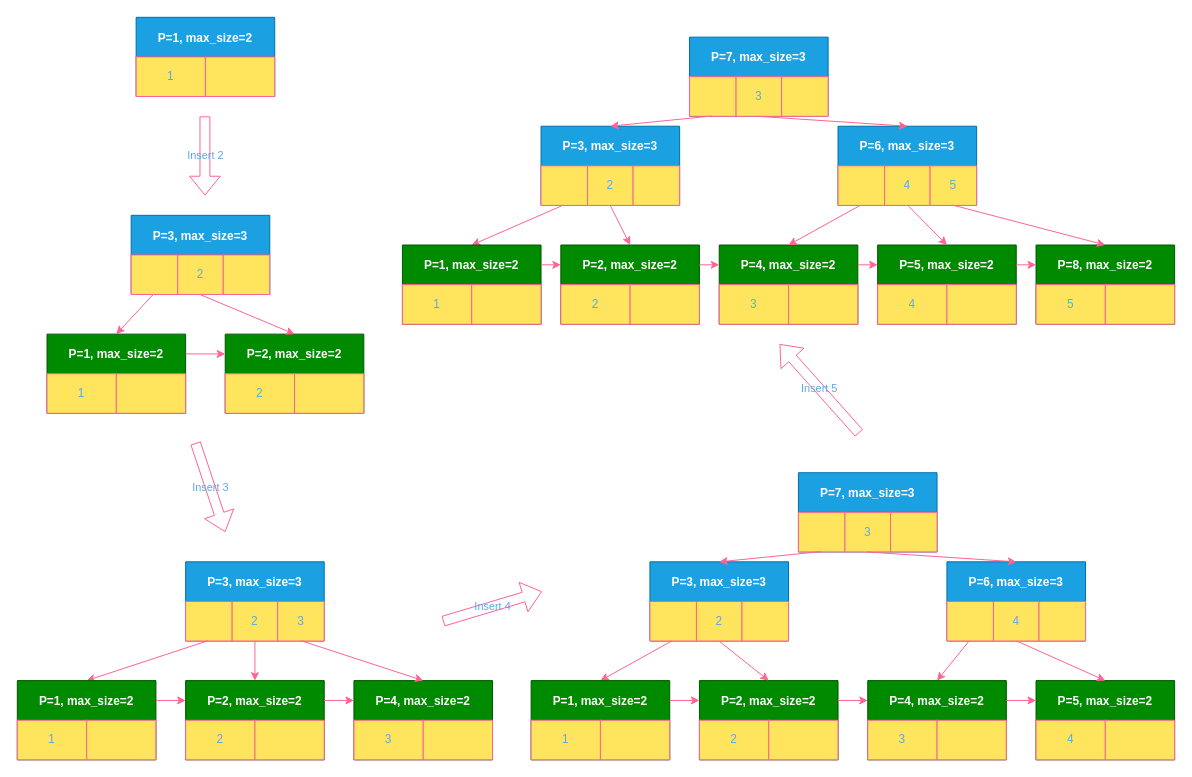
Before: page "Insertion" (2 of 3) of 15445/assets/project2.drawio in ZachVec/Notes, a draw.io diagram. Source tidied: cells renumbered, new cells numbered last; positions are measured from the earlier drawing's top-left corner, leaving out a move shared by most shapes. Both pictures are drawn from the tidied source at 99%, with x=0, y=0 at pixel (17, 17).
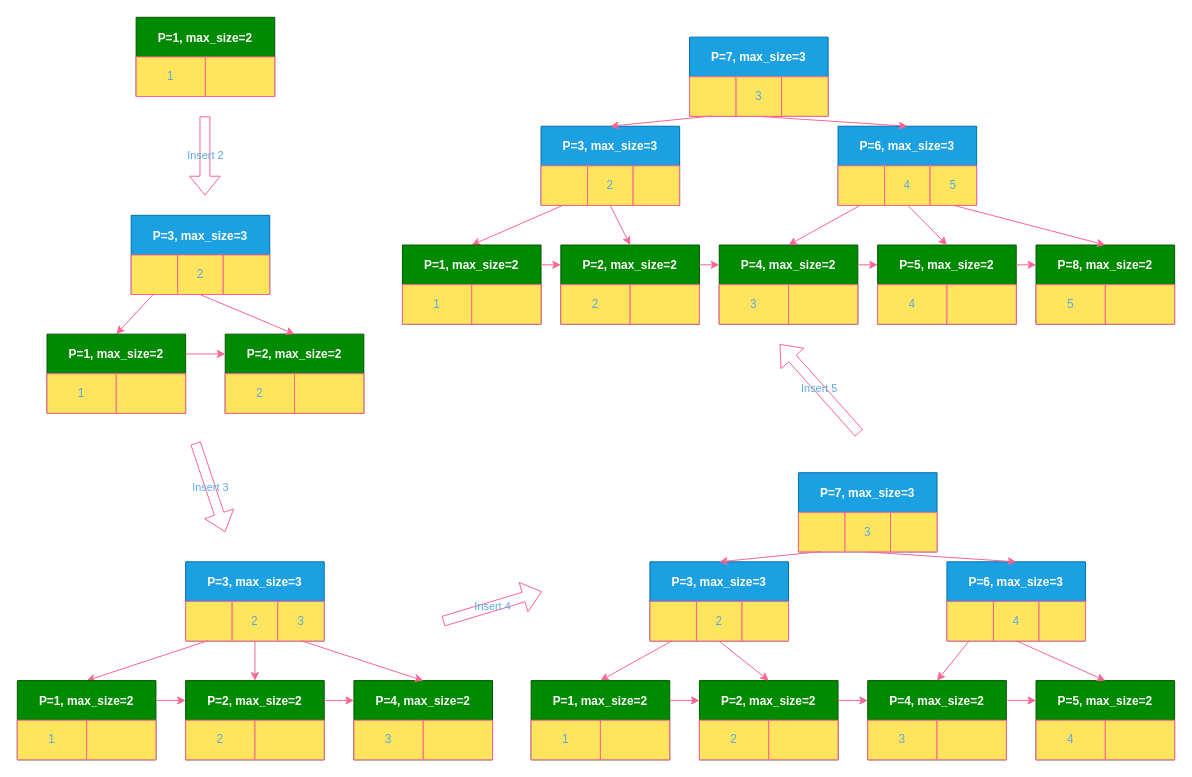
The same diagram, later.

What changed in the source:
```diff
@@
-    <mxCell id="2" value="P=1, max_size=2" style="shape=table;startSize=40;childLayout=tableLayout;fontStyle=1;align=center;strokeColor=#006EAF;strokeWidth=1;fontColor=#ffffff;fillColor=#1ba1e2;" parent="1" vertex="1">
+    <mxCell id="2" value="P=1, max_size=2" style="shape=table;startSize=40;childLayout=tableLayout;fontStyle=1;align=center;strokeColor=#005700;strokeWidth=1;fontColor=#ffffff;fillColor=#008a00;" parent="1" vertex="1">
       <mxGeometry x="120" width="140" height="80" as="geometry" />
     </mxCell>
```
